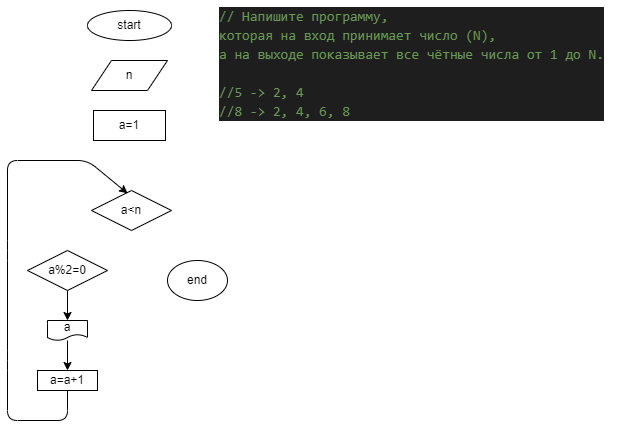
The draw.io diagram Ex03/diagram.drawio.png in marusssh/C-, before a commit. Source tidied: cells renumbered, new cells last; positions are measured from the earlier drawing's top-left corner, leaving out a move shared by most shapes.
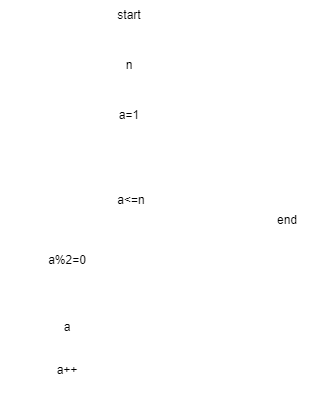
After the commit.

Commit message:
Рабочая программа+рабочая блок-схема

The edit, as a diff of the source:
```diff
@@ -2,31 +2,29 @@
   <root>
     <mxCell id="0" />
     <mxCell id="1" parent="0" />
-    <mxCell id="2" value="&lt;div style=&quot;color: rgb(212 , 212 , 212) ; background-color: rgb(30 , 30 , 30) ; font-family: &amp;#34;consolas&amp;#34; , &amp;#34;courier new&amp;#34; , monospace ; font-weight: normal ; font-size: 14px ; line-height: 19px&quot;&gt;&lt;div&gt;&lt;span style=&quot;color: #6a9955&quot;&gt;// Напишите программу,&amp;nbsp;&lt;/span&gt;&lt;/div&gt;&lt;div&gt;&lt;span style=&quot;color: #6a9955&quot;&gt;которая на вход принимает число (N),&amp;nbsp;&lt;/span&gt;&lt;/div&gt;&lt;div&gt;&lt;span style=&quot;color: #6a9955&quot;&gt;а на выходе показывает все чётные числа от 1 до N.&lt;/span&gt;&lt;/div&gt;&lt;br&gt;&lt;div&gt;&lt;span style=&quot;color: #6a9955&quot;&gt;//5 -&amp;gt; 2, 4&lt;/span&gt;&lt;/div&gt;&lt;div&gt;&lt;span style=&quot;color: #6a9955&quot;&gt;//8 -&amp;gt; 2, 4, 6, 8&lt;/span&gt;&lt;/div&gt;&lt;/div&gt;" style="text;whiteSpace=wrap;html=1;" parent="1" vertex="1">
-      <mxGeometry x="210" width="400" height="130" as="geometry" />
-    </mxCell>
     <mxCell id="3" style="edgeStyle=none;html=1;rounded=0;strokeColor=#FFFFFF;" parent="1" edge="1" source="4" target="6">
       <mxGeometry relative="1" as="geometry" />
     </mxCell>
-    <mxCell id="4" value="start" style="ellipse;whiteSpace=wrap;html=1;rounded=0;" parent="1" vertex="1">
+    <mxCell id="4" value="start" style="ellipse;whiteSpace=wrap;html=1;rounded=0;strokeColor=#FFFFFF;" parent="1" vertex="1">
       <mxGeometry x="80" y="10" width="84" height="30" as="geometry" />
     </mxCell>
     <mxCell id="5" style="edgeStyle=none;html=1;rounded=0;strokeColor=#FFFFFF;" parent="1" edge="1" source="6" target="8">
       <mxGeometry relative="1" as="geometry" />
     </mxCell>
-    <mxCell id="6" value="n" style="shape=parallelogram;perimeter=parallelogramPerimeter;whiteSpace=wrap;html=1;fixedSize=1;rounded=0;" parent="1" vertex="1">
+    <mxCell id="6" value="n" style="shape=parallelogram;perimeter=parallelogramPerimeter;whiteSpace=wrap;html=1;fixedSize=1;rounded=0;strokeColor=#FFFFFF;" parent="1" vertex="1">
       <mxGeometry x="84" y="60" width="76" height="30" as="geometry" />
     </mxCell>
     <mxCell id="7" style="edgeStyle=none;html=1;rounded=0;strokeColor=#FFFFFF;" parent="1" edge="1" source="8" target="11">
       <mxGeometry relative="1" as="geometry" />
     </mxCell>
-    <mxCell id="8" value="a=1" style="rounded=0;whiteSpace=wrap;html=1;" parent="1" vertex="1">
+    <mxCell id="8" value="a=1" style="rounded=0;whiteSpace=wrap;html=1;strokeColor=#FFFFFF;" parent="1" vertex="1">
       <mxGeometry x="86" y="110" width="72" height="30" as="geometry" />
     </mxCell>
-    <mxCell id="9" style="edgeStyle=none;html=1;rounded=0;strokeColor=#FFFFFF;entryX=0.5;entryY=0;entryDx=0;entryDy=0;" parent="1" edge="1" source="11" target="14">
+    <mxCell id="9" style="edgeStyle=none;html=1;rounded=0;strokeColor=#FFFFFF;entryX=0;entryY=0.5;entryDx=0;entryDy=0;" parent="1" edge="1" source="11" target="14">
       <mxGeometry relative="1" as="geometry">
         <Array as="points">
           <mxPoint x="190" y="210" />
+          <mxPoint x="210" y="210" />
         </Array>
       </mxGeometry>
     </mxCell>
@@ -37,19 +35,19 @@
         </Array>
       </mxGeometry>
     </mxCell>
-    <mxCell id="11" value="a&amp;lt;n" style="rhombus;whiteSpace=wrap;html=1;rounded=0;" parent="1" vertex="1">
+    <mxCell id="11" value="a&amp;lt;=n" style="rhombus;whiteSpace=wrap;html=1;rounded=0;strokeColor=#FFFFFF;" parent="1" vertex="1">
       <mxGeometry x="84" y="190" width="80" height="40" as="geometry" />
     </mxCell>
-    <mxCell id="12" value="yes&lt;br&gt;" style="text;html=1;align=center;verticalAlign=middle;strokeColor=none;fillColor=none;rounded=0;fontColor=#FFFFFF;" parent="1" vertex="1">
-      <mxGeometry x="60" y="190" width="30" height="20" as="geometry" />
+    <mxCell id="12" value="yes&lt;br&gt;" style="text;html=1;align=center;verticalAlign=middle;strokeColor=#FFFFFF;fillColor=none;rounded=0;fontColor=#FFFFFF;" parent="1" vertex="1">
+      <mxGeometry x="54" y="190" width="30" height="20" as="geometry" />
     </mxCell>
-    <mxCell id="13" value="no" style="text;html=1;align=center;verticalAlign=middle;strokeColor=none;fillColor=none;rounded=0;fontColor=#FFFFFF;" parent="1" vertex="1">
-      <mxGeometry x="164" y="190" width="30" height="20" as="geometry" />
+    <mxCell id="13" value="no" style="text;html=1;align=center;verticalAlign=middle;strokeColor=#FFFFFF;fillColor=none;rounded=0;fontColor=#FFFFFF;" parent="1" vertex="1">
+      <mxGeometry x="90" y="250" width="30" height="20" as="geometry" />
     </mxCell>
-    <mxCell id="14" value="end" style="ellipse;whiteSpace=wrap;html=1;rounded=0;" parent="1" vertex="1">
-      <mxGeometry x="160" y="260" width="60" height="40" as="geometry" />
+    <mxCell id="14" value="end" style="ellipse;whiteSpace=wrap;html=1;rounded=0;strokeColor=#FFFFFF;" parent="1" vertex="1">
+      <mxGeometry x="250" y="210" width="60" height="40" as="geometry" />
     </mxCell>
-    <mxCell id="15" style="edgeStyle=none;html=1;exitX=0.5;exitY=1;exitDx=0;exitDy=0;entryX=0.451;entryY=0.072;entryDx=0;entryDy=0;entryPerimeter=0;" parent="1" edge="1" source="16" target="11">
+    <mxCell id="15" style="edgeStyle=none;html=1;exitX=0.5;exitY=1;exitDx=0;exitDy=0;entryX=0.451;entryY=0.072;entryDx=0;entryDy=0;entryPerimeter=0;strokeColor=#FFFFFF;" parent="1" edge="1" source="16" target="11">
       <mxGeometry relative="1" as="geometry">
         <Array as="points">
           <mxPoint x="60" y="420" />
@@ -61,20 +59,34 @@
         </Array>
       </mxGeometry>
     </mxCell>
-    <mxCell id="16" value="a=a+1" style="whiteSpace=wrap;html=1;rounded=0;" parent="1" vertex="1">
+    <mxCell id="16" value="a++" style="whiteSpace=wrap;html=1;rounded=0;strokeColor=#FFFFFF;" parent="1" vertex="1">
       <mxGeometry x="30" y="370" width="60" height="20" as="geometry" />
     </mxCell>
-    <mxCell id="17" style="edgeStyle=none;html=1;" parent="1" edge="1" source="18" target="20">
+    <mxCell id="17" style="edgeStyle=none;html=1;strokeColor=#FFFFFF;" parent="1" edge="1" source="18" target="20">
       <mxGeometry relative="1" as="geometry" />
     </mxCell>
+    <mxCell id="21" style="edgeStyle=none;html=1;entryX=1;entryY=0.5;entryDx=0;entryDy=0;strokeColor=#FFFFFF;" parent="1" edge="1" source="18" target="16">
+      <mxGeometry relative="1" as="geometry">
+        <Array as="points">
+          <mxPoint x="140" y="270" />
+          <mxPoint x="140" y="380" />
+        </Array>
+      </mxGeometry>
+    </mxCell>
-    <mxCell id="18" value="a%2=0" style="rhombus;whiteSpace=wrap;html=1;rounded=0;" parent="1" vertex="1">
+    <mxCell id="18" value="a%2=0" style="rhombus;whiteSpace=wrap;html=1;rounded=0;strokeColor=#FFFFFF;" parent="1" vertex="1">
       <mxGeometry x="20" y="250" width="80" height="40" as="geometry" />
     </mxCell>
-    <mxCell id="19" style="edgeStyle=none;html=1;" parent="1" edge="1" source="20" target="16">
+    <mxCell id="19" style="edgeStyle=none;html=1;strokeColor=#FFFFFF;" parent="1" edge="1" source="20" target="16">
       <mxGeometry relative="1" as="geometry" />
     </mxCell>
-    <mxCell id="20" value="a" style="shape=document;whiteSpace=wrap;html=1;boundedLbl=1;rounded=0;" parent="1" vertex="1">
-      <mxGeometry x="40" y="320" width="40" height="20" as="geometry" />
+    <mxCell id="20" value="a" style="shape=document;whiteSpace=wrap;html=1;boundedLbl=1;rounded=0;strokeColor=#FFFFFF;" parent="1" vertex="1">
+      <mxGeometry x="40" y="330" width="40" height="20" as="geometry" />
     </mxCell>
+    <mxCell id="22" value="yes&lt;br&gt;" style="text;html=1;align=center;verticalAlign=middle;strokeColor=#FFFFFF;fillColor=none;rounded=0;fontColor=#FFFFFF;" parent="1" vertex="1">
+      <mxGeometry x="60" y="290" width="30" height="20" as="geometry" />
+    </mxCell>
+    <mxCell id="23" value="no" style="text;html=1;align=center;verticalAlign=middle;strokeColor=#FFFFFF;fillColor=none;rounded=0;fontColor=#FFFFFF;" parent="1" vertex="1">
+      <mxGeometry x="164" y="190" width="30" height="20" as="geometry" />
+    </mxCell>
   </root>
 </mxGraphModel>
```
